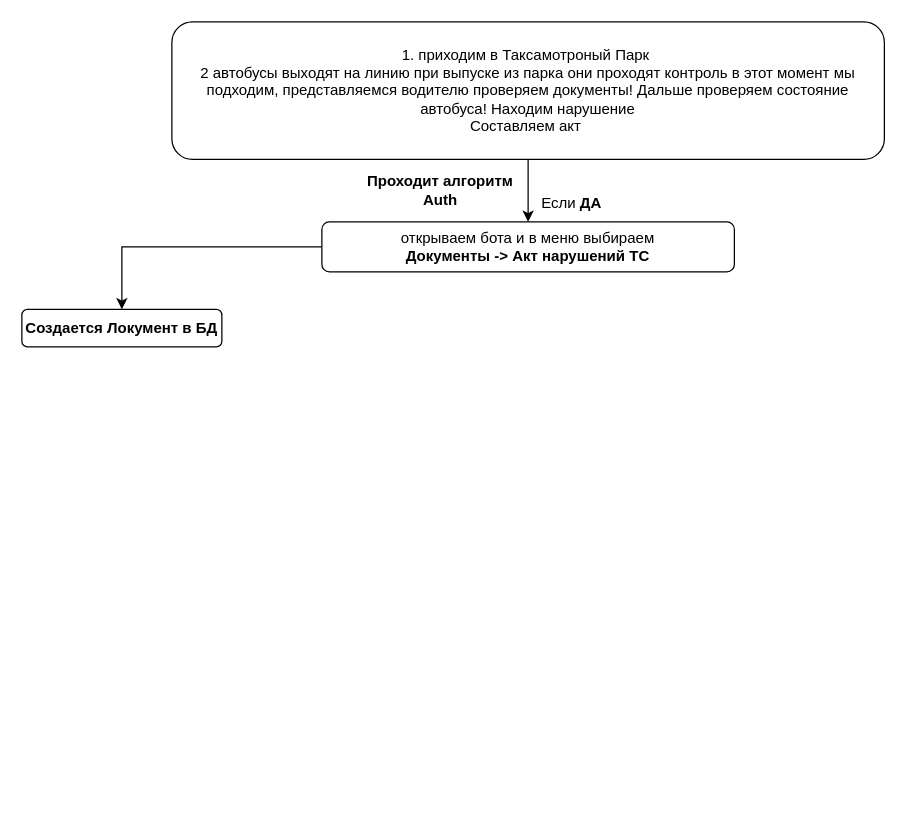
Earlier version of the draw.io diagram маршрут акта.drawio (EvgeniiGud/draw). Source tidied: cells renumbered, new cells numbered last; positions are measured from the earlier drawing's top-left corner, leaving out a move shared by most shapes. Both pictures are drawn from the tidied source at 125%, with x=0, y=0 at pixel (21, 21).
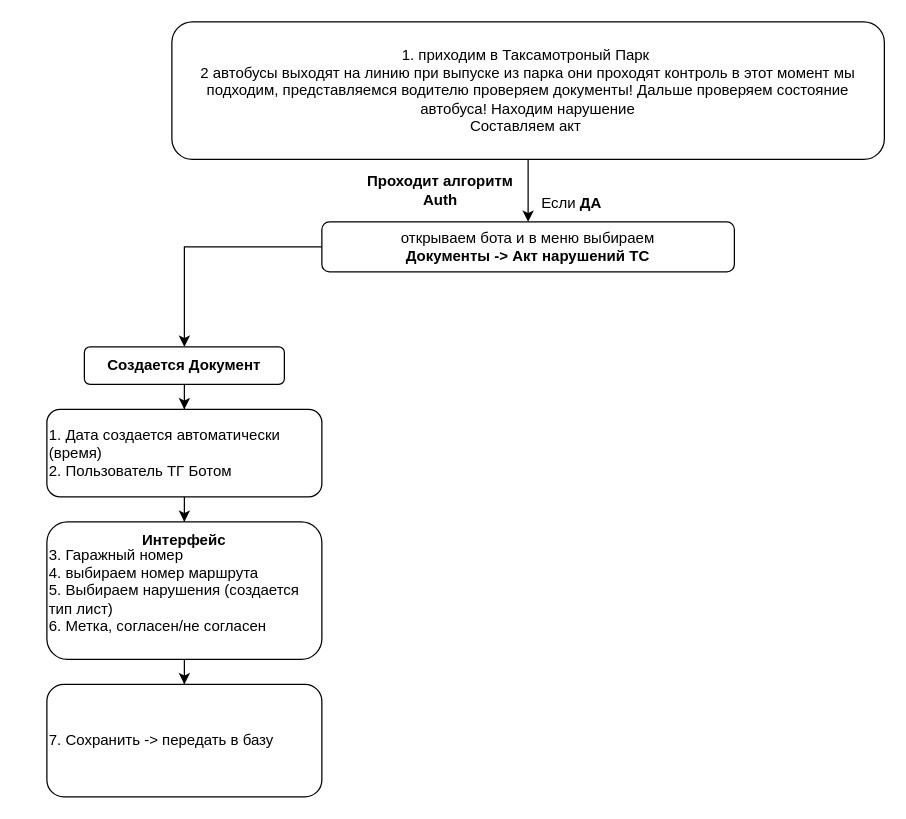
The same page after the edit.

Diff of the diagram source:
```diff
@@
 <mxGraphModel>
   <root>
     <mxCell id="0" />
     <mxCell id="1" parent="0" />
     <mxCell id="2" style="edgeStyle=orthogonalEdgeStyle;rounded=0;jettySize=auto;html=1;" parent="1" edge="1" source="3" target="5">
       <mxGeometry relative="1" as="geometry" />
     </mxCell>
     <mxCell id="3" value="&lt;div&gt;1. приходим в Таксамотроный Парк&amp;nbsp;&lt;/div&gt;&lt;div&gt;2 автобусы выходят на линию при выпуске из парка они проходят контроль в этот момент мы подходим, представляемся водителю проверяем документы! Дальше проверяем состояние автобуса! Находим нарушение&lt;/div&gt;&lt;div&gt;Составляем акт&amp;nbsp;&lt;/div&gt;" style="rounded=1;whiteSpace=wrap;html=1;" parent="1" vertex="1">
       <mxGeometry x="120" width="570" height="110" as="geometry" />
     </mxCell>
     <mxCell id="4" style="edgeStyle=orthogonalEdgeStyle;rounded=0;jettySize=auto;html=1;" parent="1" edge="1" source="5" target="8">
       <mxGeometry relative="1" as="geometry" />
     </mxCell>
     <mxCell id="5" value="открываем бота и в меню выбираем&lt;br&gt;&lt;b&gt;Документы -&amp;gt; Акт нарушений ТС&lt;/b&gt;" style="whiteSpace=wrap;html=1;rounded=1;" parent="1" vertex="1">
       <mxGeometry x="240" y="160" width="330" height="40" as="geometry" />
     </mxCell>
     <mxCell id="6" value="&lt;b&gt;Проходит алгоритм Auth&lt;/b&gt;" style="text;html=1;strokeColor=none;fillColor=none;align=center;verticalAlign=middle;whiteSpace=wrap;rounded=0;" parent="1" vertex="1">
       <mxGeometry x="270" y="120" width="130" height="30" as="geometry" />
     </mxCell>
     <mxCell id="7" value="Если &lt;b&gt;ДА&lt;/b&gt;" style="text;html=1;strokeColor=none;fillColor=none;align=center;verticalAlign=middle;whiteSpace=wrap;rounded=0;" parent="1" vertex="1">
       <mxGeometry x="410" y="130" width="60" height="30" as="geometry" />
     </mxCell>
+    <mxCell id="9" style="edgeStyle=orthogonalEdgeStyle;rounded=0;jettySize=auto;html=1;" parent="1" edge="1" source="8" target="11">
+      <mxGeometry relative="1" as="geometry" />
+    </mxCell>
-    <mxCell id="8" value="&lt;b&gt;Создается Локумент в БД&lt;/b&gt;" style="whiteSpace=wrap;html=1;rounded=1;" parent="1" vertex="1">
-      <mxGeometry y="230" width="160" height="30" as="geometry" />
+    <mxCell id="8" value="&lt;b&gt;Создается Документ&lt;/b&gt;" style="whiteSpace=wrap;html=1;rounded=1;" parent="1" vertex="1">
+      <mxGeometry x="50" y="260" width="160" height="30" as="geometry" />
     </mxCell>
+    <mxCell id="10" style="edgeStyle=orthogonalEdgeStyle;rounded=0;jettySize=auto;html=1;" parent="1" edge="1" source="11" target="13">
+      <mxGeometry relative="1" as="geometry" />
+    </mxCell>
+    <mxCell id="11" value="1. Дата создается автоматически (время)&lt;br&gt;&lt;div style=&quot;&quot;&gt;&lt;span style=&quot;background-color: initial;&quot;&gt;2. Пользователь ТГ Ботом&lt;/span&gt;&lt;/div&gt;" style="whiteSpace=wrap;html=1;rounded=1;align=left;" parent="1" vertex="1">
+      <mxGeometry x="20" y="310" width="220" height="70" as="geometry" />
+    </mxCell>
+    <mxCell id="12" style="edgeStyle=orthogonalEdgeStyle;rounded=0;jettySize=auto;html=1;" parent="1" edge="1" source="13" target="15">
+      <mxGeometry relative="1" as="geometry" />
+    </mxCell>
+    <mxCell id="13" value="3. Гаражный номер&lt;br&gt;4. выбираем номер маршрута&lt;br&gt;5. Выбираем нарушения (создается тип лист)&lt;br&gt;6. Метка, согласен/не согласен" style="whiteSpace=wrap;html=1;rounded=1;align=left;" parent="1" vertex="1">
+      <mxGeometry x="20" y="400" width="220" height="110" as="geometry" />
+    </mxCell>
+    <mxCell id="14" value="&lt;b&gt;Интерфейс&lt;/b&gt;" style="text;html=1;strokeColor=none;fillColor=none;align=center;verticalAlign=middle;whiteSpace=wrap;rounded=0;" parent="1" vertex="1">
+      <mxGeometry x="100" y="400" width="60" height="30" as="geometry" />
+    </mxCell>
+    <mxCell id="15" value="7. Сохранить -&amp;gt; передать в базу" style="whiteSpace=wrap;html=1;align=left;rounded=1;" parent="1" vertex="1">
+      <mxGeometry x="20" y="530" width="220" height="90" as="geometry" />
+    </mxCell>
   </root>
 </mxGraphModel>
```
